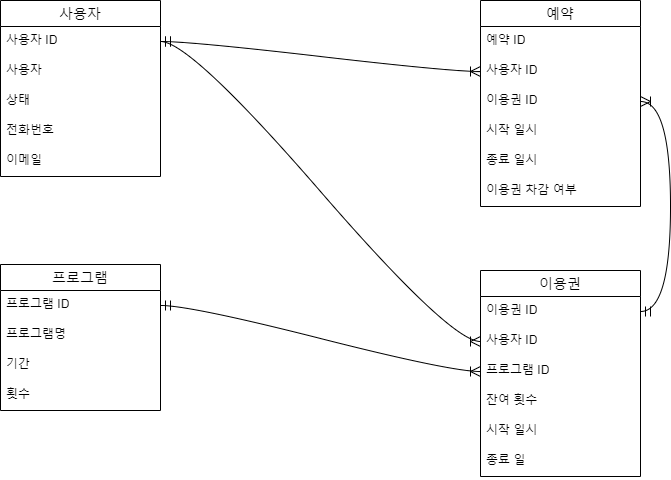
Before: docs/ticket-manager-erd.png, a diagram exported from draw.io (GuardJo/ticket-manager). Source tidied: cells renumbered, new cells last; positions are measured from the earlier drawing's top-left corner, leaving out a move shared by most shapes.
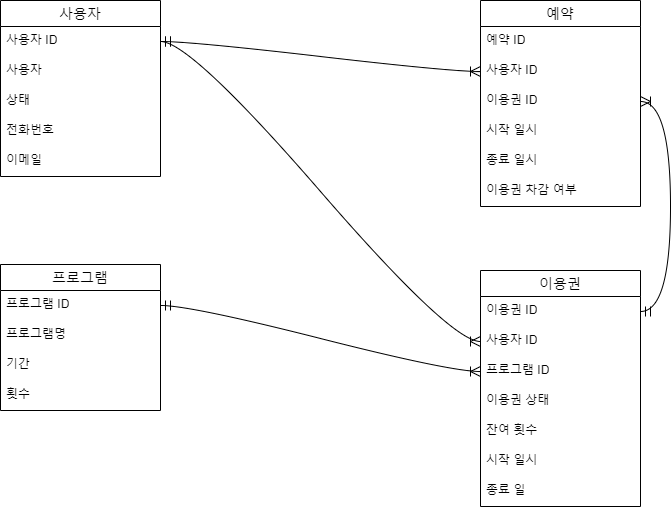
After the commit.

Commit message:
#10 Ticket 테이블 내 컬럼 추가

What changed in the source:
```diff
@@ -36,7 +36,7 @@
       <mxGeometry y="146" width="160" height="30" as="geometry" />
     </mxCell>
     <mxCell id="13" value="이용권" style="swimlane;fontStyle=0;horizontal=1;startSize=26;align=center;fontSize=14;" parent="1" vertex="1">
-      <mxGeometry x="480" y="270" width="160" height="206" as="geometry" />
+      <mxGeometry x="480" y="270" width="160" height="236" as="geometry" />
     </mxCell>
     <mxCell id="14" value="이용권 ID" style="text;strokeColor=none;fillColor=none;spacingLeft=4;spacingRight=4;overflow=hidden;points=[[0,0.5],[1,0.5]];portConstraint=eastwest;fontSize=12;whiteSpace=wrap;html=1;" parent="13" vertex="1">
       <mxGeometry y="26" width="160" height="30" as="geometry" />
@@ -47,14 +47,17 @@
     <mxCell id="16" value="프로그램 ID" style="text;strokeColor=none;fillColor=none;spacingLeft=4;spacingRight=4;overflow=hidden;points=[[0,0.5],[1,0.5]];portConstraint=eastwest;fontSize=12;whiteSpace=wrap;html=1;" parent="13" vertex="1">
       <mxGeometry y="86" width="160" height="30" as="geometry" />
     </mxCell>
+    <mxCell id="31" value="이용권 상태" style="text;strokeColor=none;fillColor=none;spacingLeft=4;spacingRight=4;overflow=hidden;fontSize=12;whiteSpace=wrap;html=1;" parent="13" vertex="1">
+      <mxGeometry y="116" width="160" height="30" as="geometry" />
+    </mxCell>
     <mxCell id="17" value="잔여 횟수" style="text;strokeColor=none;fillColor=none;spacingLeft=4;spacingRight=4;overflow=hidden;fontSize=12;whiteSpace=wrap;html=1;" parent="13" vertex="1">
-      <mxGeometry y="116" width="160" height="30" as="geometry" />
+      <mxGeometry y="146" width="160" height="30" as="geometry" />
     </mxCell>
     <mxCell id="18" value="시작 일시" style="text;strokeColor=none;fillColor=none;spacingLeft=4;spacingRight=4;overflow=hidden;fontSize=12;whiteSpace=wrap;html=1;" parent="13" vertex="1">
-      <mxGeometry y="146" width="160" height="30" as="geometry" />
+      <mxGeometry y="176" width="160" height="30" as="geometry" />
     </mxCell>
     <mxCell id="19" value="종료 일" style="text;strokeColor=none;fillColor=none;spacingLeft=4;spacingRight=4;overflow=hidden;fontSize=12;whiteSpace=wrap;html=1;" parent="13" vertex="1">
-      <mxGeometry y="176" width="160" height="30" as="geometry" />
+      <mxGeometry y="206" width="160" height="30" as="geometry" />
     </mxCell>
     <mxCell id="20" value="예약" style="swimlane;fontStyle=0;horizontal=1;startSize=26;align=center;fontSize=14;" parent="1" vertex="1">
       <mxGeometry x="480" width="160" height="206" as="geometry" />
```
